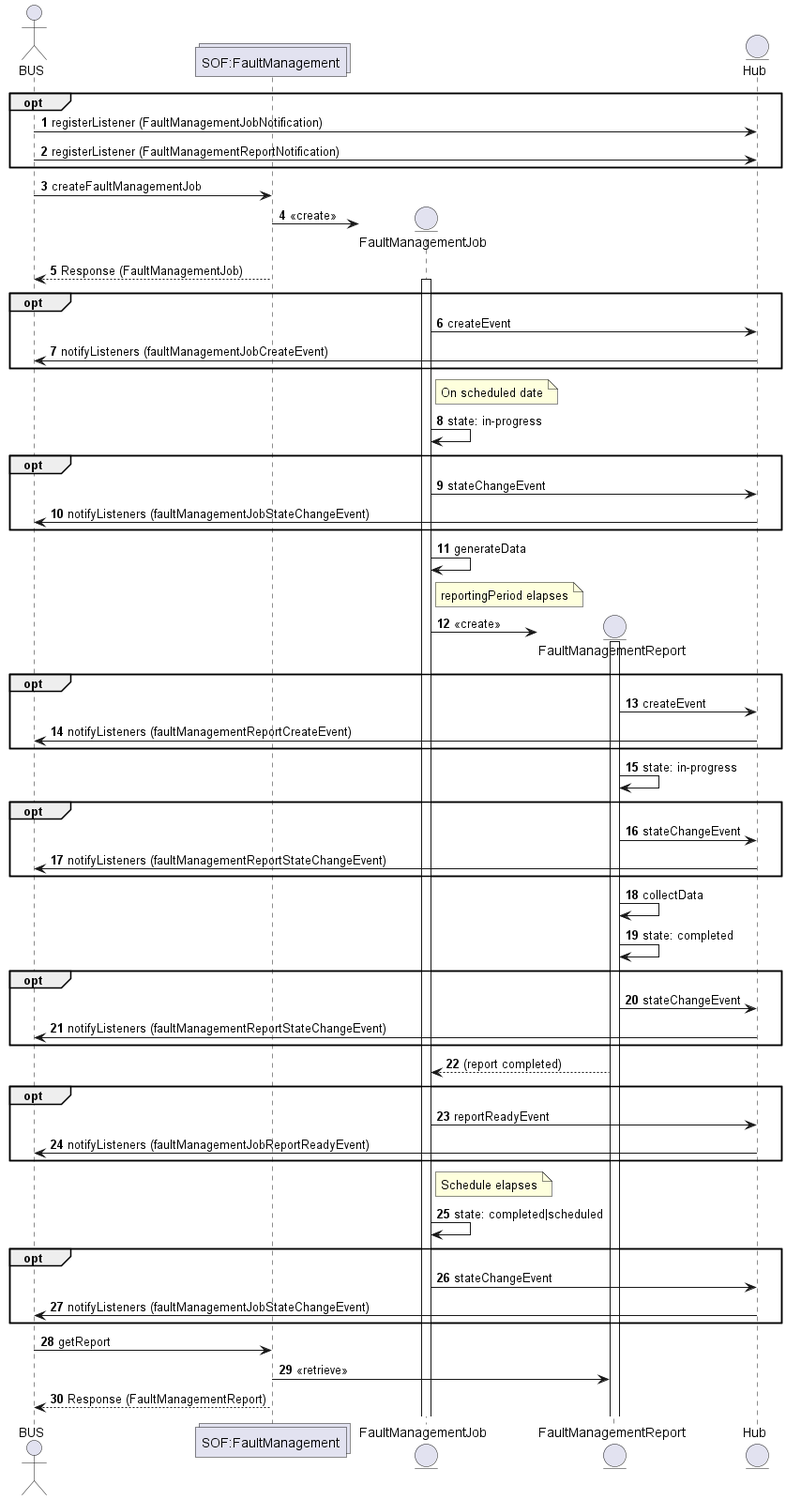
MEF-GIT/MEF-LSO-Legato-SDK keeps this PlantUML diagram as documentation/serviceApi/fm/media/fmProvisioning.png. Above is the earlier version. Its diagram source:
```plantuml
@startuml fmProvisioning
autonumber

actor BUS as B
collections "SOF:FaultManagement" as SOF

entity Hub

opt
B -> Hub: registerListener (FaultManagementJobNotification)
B -> Hub: registerListener (FaultManagementReportNotification)
end

B -> SOF: createFaultManagementJob

create entity FaultManagementJob as FMJ
SOF -> FMJ: <<create>>

SOF --> B: Response (FaultManagementJob)

activate FMJ

opt
FMJ -> Hub: createEvent
Hub -> B: notifyListeners (faultManagementJobCreateEvent)
end

note right of FMJ: On scheduled date
FMJ -> FMJ: state: in-progress

opt
FMJ -> Hub: stateChangeEvent
Hub -> B: notifyListeners (faultManagementJobStateChangeEvent)
end

FMJ -> FMJ: generateData

note right of FMJ: reportingPeriod elapses

create entity FaultManagementReport as PR
FMJ -> PR: <<create>>

activate PR

opt
PR -> Hub: createEvent
Hub -> B: notifyListeners (faultManagementReportCreateEvent)
end

PR -> PR: state: in-progress

opt
PR -> Hub: stateChangeEvent
Hub -> B: notifyListeners (faultManagementReportStateChangeEvent)
end

PR -> PR: collectData

PR -> PR: state: completed

opt
PR -> Hub: stateChangeEvent
Hub -> B: notifyListeners (faultManagementReportStateChangeEvent)
end

PR --> FMJ: (report completed)

opt
FMJ -> Hub: reportReadyEvent
Hub -> B: notifyListeners (faultManagementJobReportReadyEvent)
end

note right of FMJ: Schedule elapses

FMJ -> FMJ: state: completed|scheduled

opt
FMJ -> Hub: stateChangeEvent
Hub -> B: notifyListeners (faultManagementJobStateChangeEvent)
end

B -> SOF: getReport
SOF -> PR: <<retrieve>>
SOF --> B: Response (FaultManagementReport)

entity Hub

@enduml
```
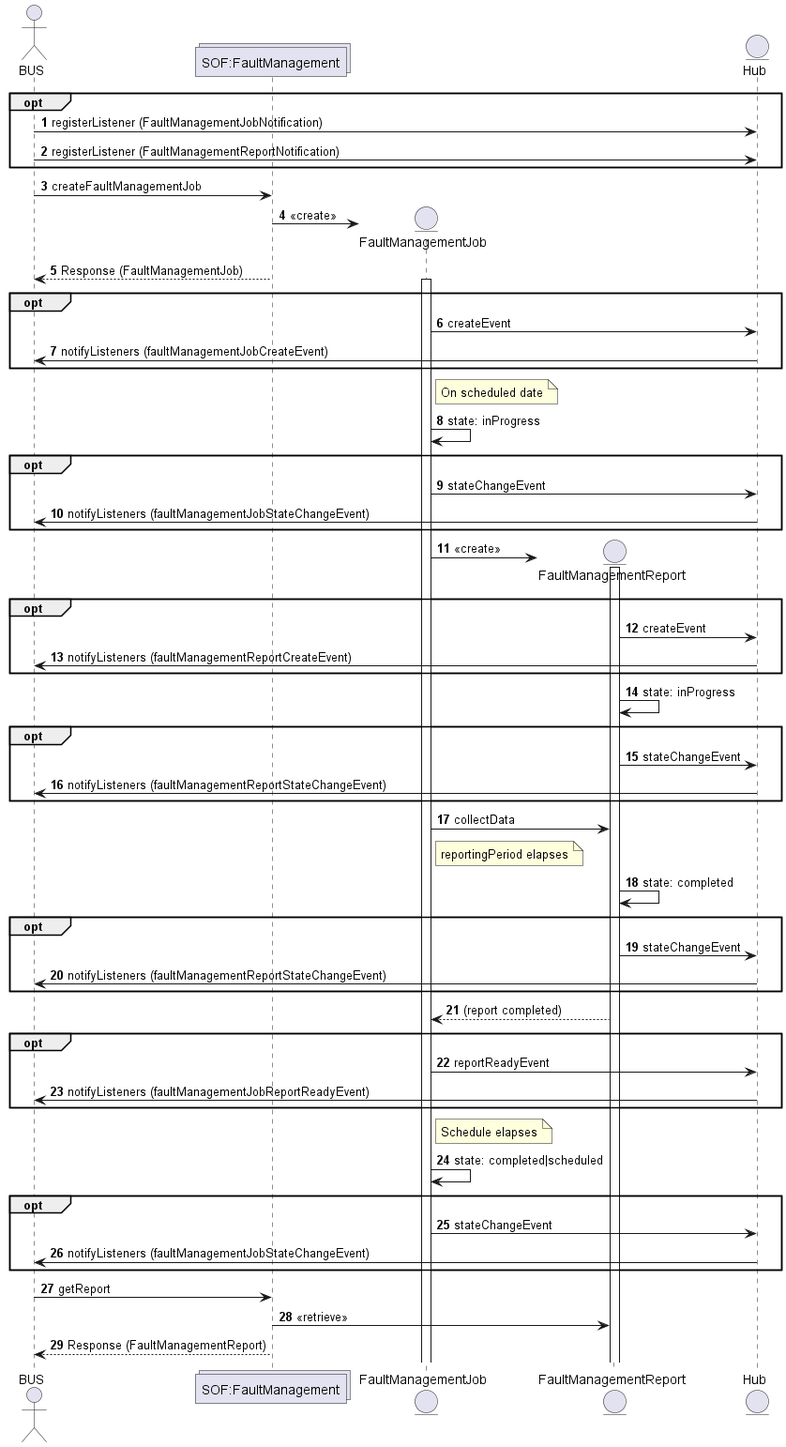
After the commit.

Diff of the diagram source:
```diff
@@ -26,44 +26,43 @@
 end
 
 note right of FMJ: On scheduled date
-FMJ -> FMJ: state: in-progress
+FMJ -> FMJ: state: inProgress
 
 opt
 FMJ -> Hub: stateChangeEvent
 Hub -> B: notifyListeners (faultManagementJobStateChangeEvent)
 end
 
-FMJ -> FMJ: generateData
+create entity FaultManagementReport as FMR
+FMJ -> FMR: <<create>>
+
+activate FMR
+
+opt
+FMR -> Hub: createEvent
+Hub -> B: notifyListeners (faultManagementReportCreateEvent)
+end
+
+FMR -> FMR: state: inProgress
+
+opt
+FMR -> Hub: stateChangeEvent
+Hub -> B: notifyListeners (faultManagementReportStateChangeEvent)
+end
+
+FMJ -> FMR: collectData
 
 note right of FMJ: reportingPeriod elapses
 
-create entity FaultManagementReport as PR
-FMJ -> PR: <<create>>
 
-activate PR
+FMR -> FMR: state: completed
 
 opt
-PR -> Hub: createEvent
-Hub -> B: notifyListeners (faultManagementReportCreateEvent)
-end
-
-PR -> PR: state: in-progress
-
-opt
-PR -> Hub: stateChangeEvent
+FMR -> Hub: stateChangeEvent
 Hub -> B: notifyListeners (faultManagementReportStateChangeEvent)
 end
 
-PR -> PR: collectData
-
-PR -> PR: state: completed
-
-opt
-PR -> Hub: stateChangeEvent
-Hub -> B: notifyListeners (faultManagementReportStateChangeEvent)
-end
-
-PR --> FMJ: (report completed)
+FMR --> FMJ: (report completed)
 
 opt
 FMJ -> Hub: reportReadyEvent
@@ -80,7 +79,7 @@
 end
 
 B -> SOF: getReport
-SOF -> PR: <<retrieve>>
+SOF -> FMR: <<retrieve>>
 SOF --> B: Response (FaultManagementReport)
 
 entity Hub
```
